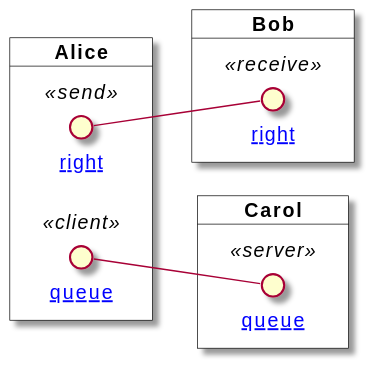
This is src/_includes/diagrams/queue-example/transaction-before.svg from pavetok/pavetok.github.io, a PlantUML export, as it was before one commit. Its source is kept beside it as diagrams/queue-example/transaction-before.puml.
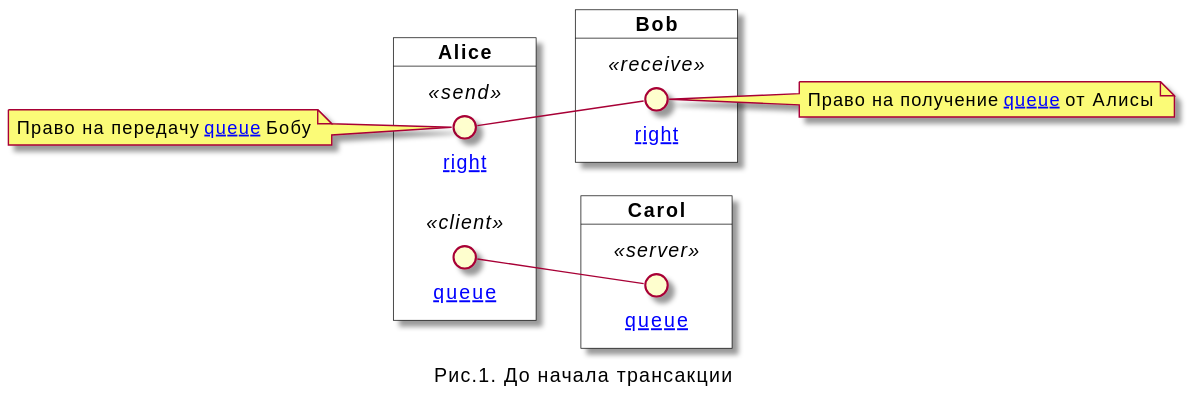
Later version of the same file.

What changed in the source:
```diff
@@ -7,18 +7,30 @@
 }
 
 card Alice {
-    circle "[[/work/transaction-types/queue-example/diagrams/right-send/{right} right]]" as owner1 <<send>>
+    circle "[[/work/transaction-types/queue-example/diagrams/right-send/{right} right]]" as right1 <<send>>
     circle "[[/work/transaction-types/queue-example/diagrams/queue-client/{queue} queue]]" as queue1 <<client>>
 }
 
+note as AliceNote
+  Право на передачу [[/work/transaction-types/queue-example/diagrams/queue-client/{queue} queue]] Бобу
+end note
+AliceNote -- right1
+
 card Bob {
-    circle "[[/work/transaction-types/queue-example/diagrams/right-receive/{right} right]]" as owner2 <<receive>>
+    circle "[[/work/transaction-types/queue-example/diagrams/right-receive/{right} right]]" as right2 <<receive>>
 }
+
+note as BobNote
+  Право на получение [[/work/transaction-types/queue-example/diagrams/queue-client/{queue} queue]] от Алисы
+end note
+right2 -- BobNote
 
 card Carol {
     circle "[[/work/transaction-types/queue-example/diagrams/queue-server/{queue} queue]]" as queue2 <<server>>
 }
 
-owner1 -- owner2
+right1 -- right2
 queue1 -- queue2
+
+caption Рис.1. До начала трансакции
 @enduml
```
